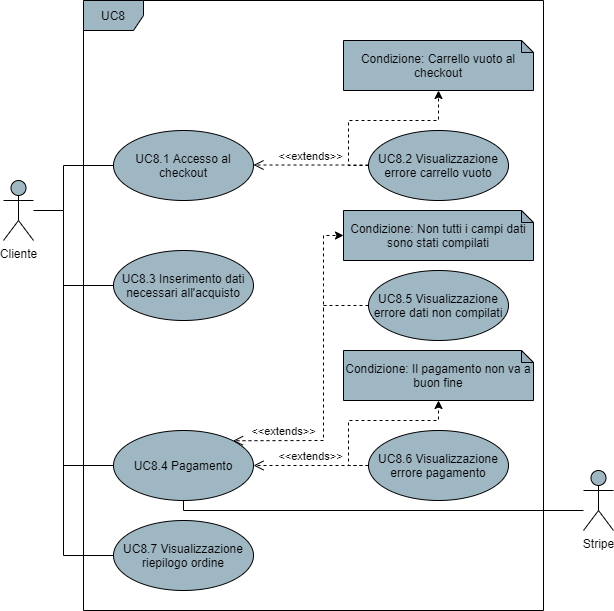
The draw.io diagram DocumentazioneEsterna/AnalisiDeiRequisiti/res/UseCase/Immagini/AcquistoProdotti.png in Omicron-Team/Documentazione, before a commit. Source tidied: cells renumbered, new cells last; positions are measured from the earlier drawing's top-left corner, leaving out a move shared by most shapes.
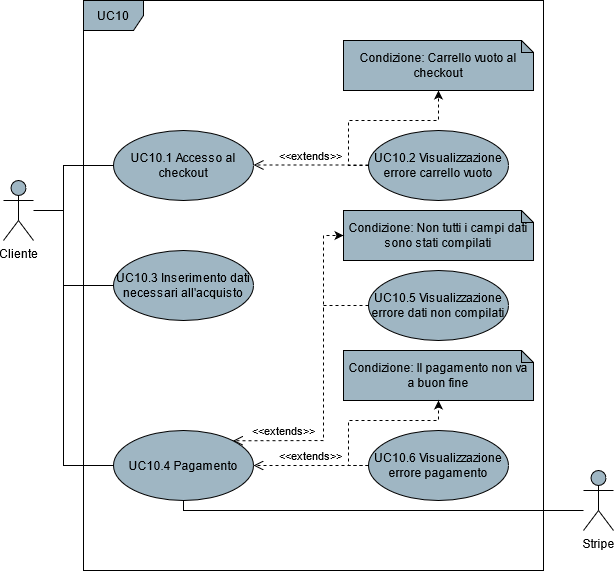
After the commit.

What changed in the source:
```diff
@@ -2,8 +2,8 @@
   <root>
     <mxCell id="0" />
     <mxCell id="1" parent="0" />
-    <mxCell id="2" value="UC8" style="shape=umlFrame;whiteSpace=wrap;html=1;fillColor=#9FB6C3;" parent="1" vertex="1">
-      <mxGeometry x="80" width="460" height="610" as="geometry" />
+    <mxCell id="2" value="UC10" style="shape=umlFrame;whiteSpace=wrap;html=1;fillColor=#9FB6C3;" parent="1" vertex="1">
+      <mxGeometry x="80" width="460" height="570" as="geometry" />
     </mxCell>
     <mxCell id="3" style="edgeStyle=orthogonalEdgeStyle;rounded=0;jettySize=auto;html=1;endArrow=none;endFill=0;entryX=0;entryY=0.5;entryDx=0;entryDy=0;" parent="1" edge="1" source="4" target="18">
       <mxGeometry relative="1" as="geometry">
@@ -19,7 +19,7 @@
     <mxCell id="5" value="Condizione: Il pagamento non va a buon fine" style="shape=note;whiteSpace=wrap;html=1;backgroundOutline=1;darkOpacity=0.05;fillColor=#9FB6C3;size=12;" parent="1" vertex="1">
       <mxGeometry x="340" y="350" width="190" height="50" as="geometry" />
     </mxCell>
-    <mxCell id="6" value="UC8.6 Visualizzazione errore pagamento" style="ellipse;whiteSpace=wrap;html=1;fillColor=#9FB6C3;" parent="1" vertex="1">
+    <mxCell id="6" value="UC10.6 Visualizzazione errore pagamento" style="ellipse;whiteSpace=wrap;html=1;fillColor=#9FB6C3;" parent="1" vertex="1">
       <mxGeometry x="365" y="430" width="140" height="70" as="geometry" />
     </mxCell>
     <mxCell id="7" style="edgeStyle=none;rounded=0;jettySize=auto;html=1;exitX=0;exitY=0.5;exitDx=0;exitDy=0;startArrow=none;startFill=0;endArrow=none;endFill=0;" parent="1" edge="1" source="8">
@@ -27,7 +27,7 @@
         <mxPoint x="60" y="285" as="targetPoint" />
       </mxGeometry>
     </mxCell>
-    <mxCell id="8" value="UC8.3 Inserimento dati necessari all'acquisto" style="ellipse;whiteSpace=wrap;html=1;fillColor=#9FB6C3;" parent="1" vertex="1">
+    <mxCell id="8" value="UC10.3 Inserimento dati necessari all'acquisto" style="ellipse;whiteSpace=wrap;html=1;fillColor=#9FB6C3;" parent="1" vertex="1">
       <mxGeometry x="110" y="250" width="140" height="70" as="geometry" />
     </mxCell>
     <mxCell id="9" style="edgeStyle=orthogonalEdgeStyle;rounded=0;jettySize=auto;html=1;exitX=0;exitY=0.5;exitDx=0;exitDy=0;startArrow=none;startFill=0;endArrow=none;endFill=0;" parent="1" edge="1" source="10">
@@ -38,7 +38,7 @@
         </Array>
       </mxGeometry>
     </mxCell>
-    <mxCell id="10" value="UC8.4 Pagamento" style="ellipse;whiteSpace=wrap;html=1;fillColor=#9FB6C3;" parent="1" vertex="1">
+    <mxCell id="10" value="UC10.4 Pagamento" style="ellipse;whiteSpace=wrap;html=1;fillColor=#9FB6C3;" parent="1" vertex="1">
       <mxGeometry x="110" y="430" width="140" height="70" as="geometry" />
     </mxCell>
     <mxCell id="11" value="&amp;lt;&amp;lt;extends&amp;gt;&amp;gt;" style="html=1;verticalAlign=bottom;endArrow=open;dashed=1;endSize=8;exitX=0;exitY=0.5;exitDx=0;exitDy=0;entryX=1;entryY=0.5;entryDx=0;entryDy=0;" parent="1" edge="1" source="6" target="10">
@@ -85,10 +85,10 @@
         </Array>
       </mxGeometry>
     </mxCell>
-    <mxCell id="18" value="UC8.1 Accesso al checkout" style="ellipse;whiteSpace=wrap;html=1;fillColor=#9FB6C3;" parent="1" vertex="1">
+    <mxCell id="18" value="UC10.1 Accesso al checkout" style="ellipse;whiteSpace=wrap;html=1;fillColor=#9FB6C3;" parent="1" vertex="1">
       <mxGeometry x="110" y="130" width="140" height="70" as="geometry" />
     </mxCell>
-    <mxCell id="19" value="UC8.2 Visualizzazione errore carrello vuoto" style="ellipse;whiteSpace=wrap;html=1;fillColor=#9FB6C3;" parent="1" vertex="1">
+    <mxCell id="19" value="UC10.2 Visualizzazione errore carrello vuoto" style="ellipse;whiteSpace=wrap;html=1;fillColor=#9FB6C3;" parent="1" vertex="1">
       <mxGeometry x="365" y="130" width="140" height="70" as="geometry" />
     </mxCell>
     <mxCell id="20" value="&amp;lt;&amp;lt;extends&amp;gt;&amp;gt;" style="html=1;verticalAlign=bottom;endArrow=open;dashed=1;endSize=8;entryX=1;entryY=0.5;entryDx=0;entryDy=0;" parent="1" edge="1">
@@ -100,7 +100,7 @@
     <mxCell id="21" value="Condizione: Non tutti i campi dati sono stati compilati" style="shape=note;whiteSpace=wrap;html=1;backgroundOutline=1;darkOpacity=0.05;fillColor=#9FB6C3;size=12;" parent="1" vertex="1">
       <mxGeometry x="340" y="210" width="190" height="50" as="geometry" />
     </mxCell>
-    <mxCell id="22" value="UC8.5 Visualizzazione errore dati non compilati" style="ellipse;whiteSpace=wrap;html=1;fillColor=#9FB6C3;" parent="1" vertex="1">
+    <mxCell id="22" value="UC10.5 Visualizzazione errore dati non compilati" style="ellipse;whiteSpace=wrap;html=1;fillColor=#9FB6C3;" parent="1" vertex="1">
       <mxGeometry x="365" y="270" width="140" height="70" as="geometry" />
     </mxCell>
     <mxCell id="23" style="edgeStyle=orthogonalEdgeStyle;rounded=0;jettySize=auto;html=1;dashed=1;entryX=0;entryY=0.5;entryDx=0;entryDy=0;entryPerimeter=0;" parent="1" edge="1" target="21">
@@ -112,16 +112,5 @@
         </Array>
       </mxGeometry>
     </mxCell>
-    <mxCell id="24" value="UC8.7 Visualizzazione riepilogo ordine" style="ellipse;whiteSpace=wrap;html=1;fillColor=#9FB6C3;" parent="1" vertex="1">
-      <mxGeometry x="110" y="520" width="140" height="70" as="geometry" />
-    </mxCell>
-    <mxCell id="25" style="endArrow=none;html=1;exitX=0;exitY=0.5;exitDx=0;exitDy=0;rounded=0;" parent="1" edge="1" source="24">
-      <mxGeometry relative="1" as="geometry">
-        <mxPoint x="60" y="460" as="targetPoint" />
-        <Array as="points">
-          <mxPoint x="60" y="555" />
-        </Array>
-      </mxGeometry>
-    </mxCell>
   </root>
 </mxGraphModel>
```
